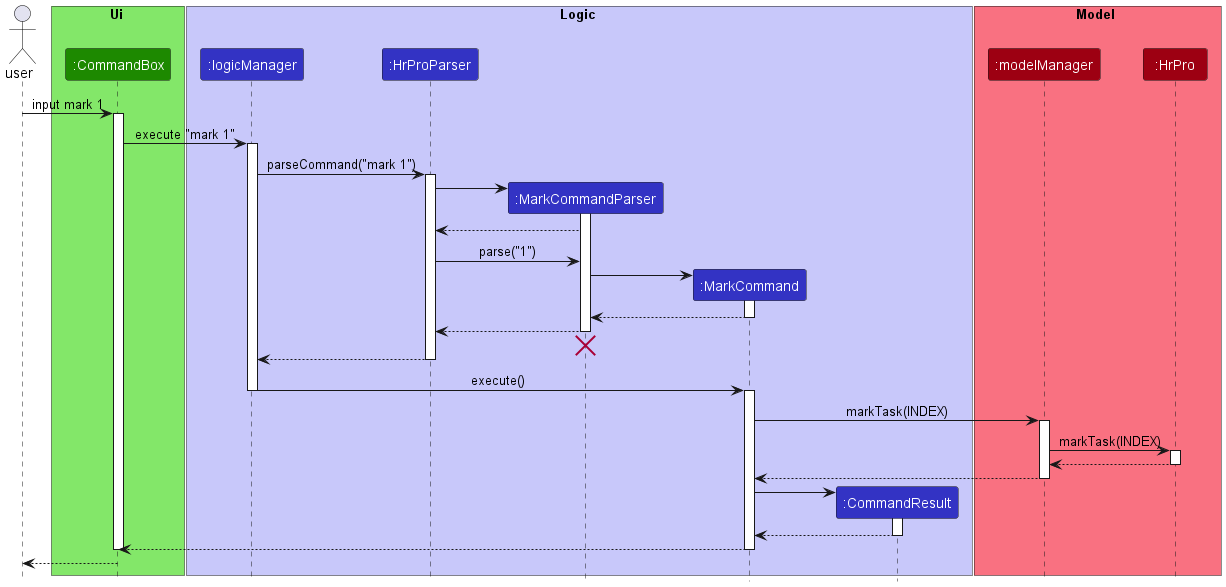
The PlantUML diagram docs/images/MarkCommandSequenceDiagram.png in nus-cs2103-AY2223S1/tp, before a commit.
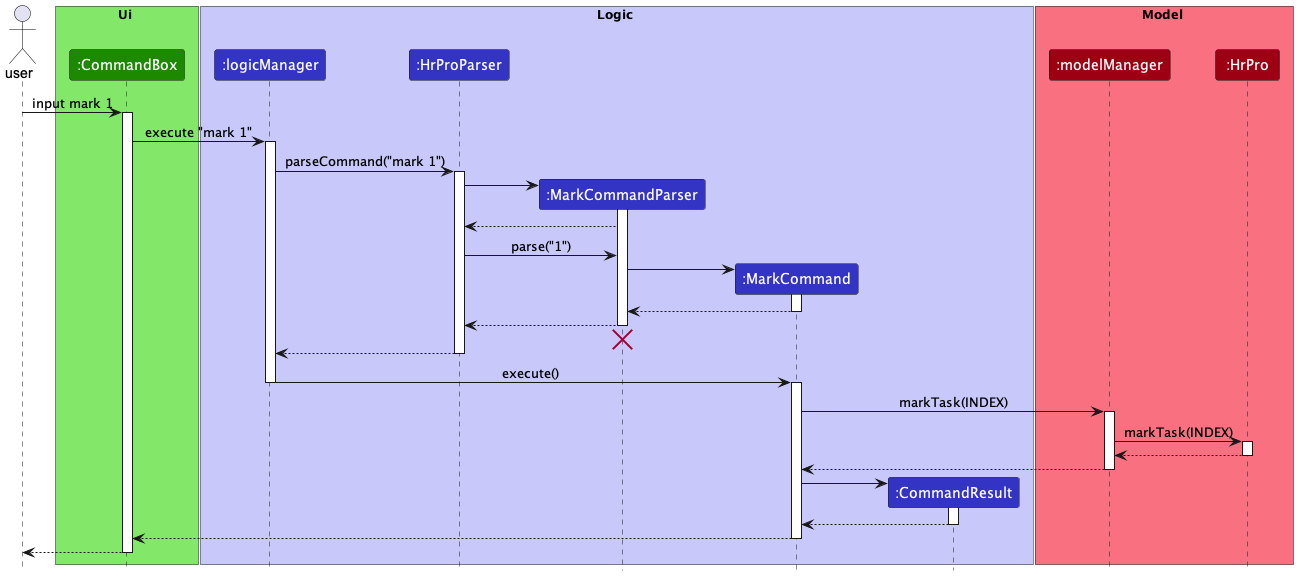
The same diagram one commit later.

Change to the diagram source:
```diff
@@ -78,8 +78,8 @@
 
 markCommand --> commandBox
 deactivate markCommand
+
+commandBox --> user :
 deactivate commandBox
 
-commandBox --> user :
-
 @enduml
```
